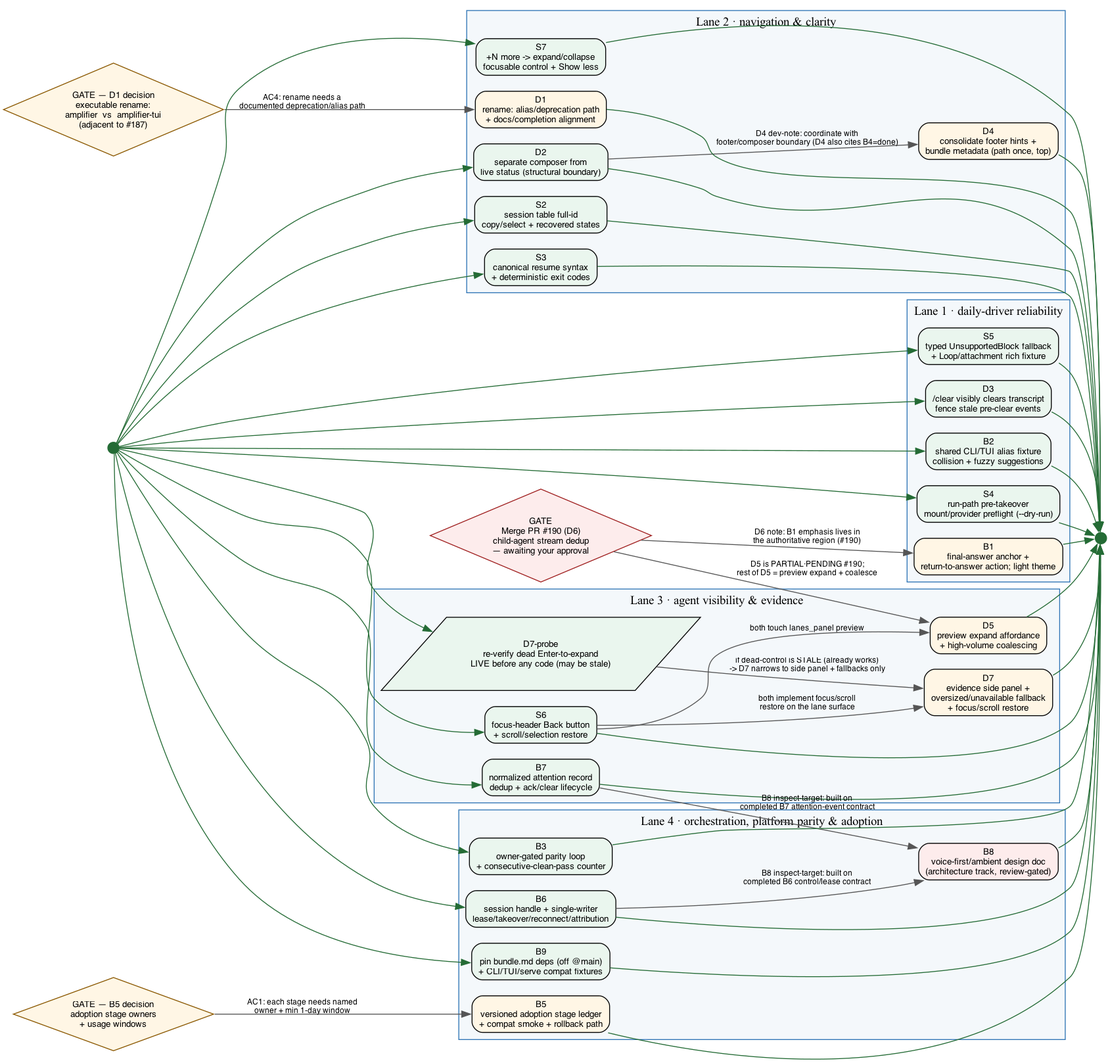
Above: pipelines/compliance-2026-08-02.png in michaeljabbour/amplifier-app-newtui (Graphviz), before the change. Its source is kept beside it as pipelines/compliance-2026-08-02.dot. Source of this version:
```dot

digraph compliance_2026_08_02 {
  rankdir=LR;
  compound=true;
  node [fontname="Helvetica", fontsize=10];
  edge [fontname="Helvetica", fontsize=9, color="#555555"];

  gate_190 [shape=diamond, style=filled, fillcolor="#FDECEC", color="#9F1F1F",
    label="GATE\nMerge PR #190 (D6)\nchild-agent stream dedup\n— awaiting your approval"];
  gate_D1  [shape=diamond, style=filled, fillcolor="#FFF6E5", color="#8A5700",
    label="GATE — D1 decision\nexecutable rename:\namplifier  vs  amplifier-tui\n(adjacent to #187)"];
  gate_B5  [shape=diamond, style=filled, fillcolor="#FFF6E5", color="#8A5700",
    label="GATE — B5 decision\nadoption stage owners\n+ usage windows"];

  start [shape=point, width=0.18, color="#246B35"];
  done  [shape=point, width=0.18, color="#246B35"];

  subgraph cluster_l1 {
    label="Lane 1 · daily-driver reliability";
    style=filled; fillcolor="#F4F8FB"; color="#2E74B5";
    B2  [shape=box, style="rounded,filled", fillcolor="#EAF6EE", label="B2\nshared CLI/TUI alias fixture\ncollision + fuzzy suggestions"];
    S4  [shape=box, style="rounded,filled", fillcolor="#EAF6EE", label="S4\nrun-path pre-takeover\nmount/provider preflight (--dry-run)"];
    S5  [shape=box, style="rounded,filled", fillcolor="#EAF6EE", label="S5\ntyped UnsupportedBlock fallback\n+ Loop/attachment rich fixture"];
    D3  [shape=box, style="rounded,filled", fillcolor="#EAF6EE", label="D3\n/clear visibly clears transcript\nfence stale pre-clear events"];
    B1  [shape=box, style="rounded,filled", fillcolor="#FFF6E5", label="B1\nfinal-answer anchor +\nreturn-to-answer action; light theme"];
  }

  subgraph cluster_l2 {
    label="Lane 2 · navigation & clarity";
    style=filled; fillcolor="#F4F8FB"; color="#2E74B5";
    S2  [shape=box, style="rounded,filled", fillcolor="#EAF6EE", label="S2\nsession table full-id\ncopy/select + recovered states"];
    S3  [shape=box, style="rounded,filled", fillcolor="#EAF6EE", label="S3\ncanonical resume syntax\n+ deterministic exit codes"];
    S7  [shape=box, style="rounded,filled", fillcolor="#EAF6EE", label="S7\n+N more -> expand/collapse\nfocusable control + Show less"];
    D2  [shape=box, style="rounded,filled", fillcolor="#EAF6EE", label="D2\nseparate composer from\nlive status (structural boundary)"];
    D4  [shape=box, style="rounded,filled", fillcolor="#FFF6E5", label="D4\nconsolidate footer hints +\nbundle metadata (path once, top)"];
    D1  [shape=box, style="rounded,filled", fillcolor="#FFF6E5", label="D1\nrename: alias/deprecation path\n+ docs/completion alignment"];
  }

  subgraph cluster_l3 {
    label="Lane 3 · agent visibility & evidence";
    style=filled; fillcolor="#F4F8FB"; color="#2E74B5";
    B7    [shape=box, style="rounded,filled", fillcolor="#EAF6EE", label="B7\nnormalized attention record\ndedup + ack/clear lifecycle"];
    S6    [shape=box, style="rounded,filled", fillcolor="#EAF6EE", label="S6\nfocus-header Back button\n+ scroll/selection restore"];
    D7probe [shape=parallelogram, style=filled, fillcolor="#EAF6EE", label="D7-probe\nre-verify dead Enter-to-expand\nLIVE before any code (may be stale)"];
    D7    [shape=box, style="rounded,filled", fillcolor="#FFF6E5", label="D7\nevidence side panel +\noversized/unavailable fallback\n+ focus/scroll restore"];
    D5    [shape=box, style="rounded,filled", fillcolor="#FFF6E5", label="D5\npreview expand affordance\n+ high-volume coalescing"];
  }

  subgraph cluster_l4 {
    label="Lane 4 · orchestration, platform parity & adoption";
    style=filled; fillcolor="#F4F8FB"; color="#2E74B5";
    B3  [shape=box, style="rounded,filled", fillcolor="#EAF6EE", label="B3\nowner-gated parity loop\n+ consecutive-clean-pass counter"];
    B6  [shape=box, style="rounded,filled", fillcolor="#EAF6EE", label="B6\nsession handle + single-writer\nlease/takeover/reconnect/attribution"];
    B9  [shape=box, style="rounded,filled", fillcolor="#EAF6EE", label="B9\npin bundle.md deps (off @main)\n+ CLI/TUI/serve compat fixtures"];
    B5  [shape=box, style="rounded,filled", fillcolor="#FFF6E5", label="B5\nversioned adoption stage ledger\n+ compat smoke + rollback path"];
    B8  [shape=box, style="rounded,filled", fillcolor="#FDECEC", label="B8\nvoice-first/ambient design doc\n(architecture track, review-gated)"];
  }

  start -> {B2 S4 S5 D3 S2 S3 S7 D2 B7 S6 D7probe B3 B6 B9} [color="#246B35"];

  gate_190 -> B1 [label="D6 note: B1 emphasis lives in\nthe authoritative region (#190)"];
  gate_190 -> D5 [label="D5 is PARTIAL·PENDING #190;\nrest of D5 = preview expand + coalesce"];

  gate_D1 -> D1 [label="AC4: rename needs a\ndocumented deprecation/alias path"];

  gate_B5 -> B5 [label="AC1: each stage needs named\nowner + min 1-day window"];

  D2 -> D4 [label="D4 dev-note: coordinate with\nfooter/composer boundary (D4 also cites B4=done)"];

  S6 -> D7 [label="both implement focus/scroll\nrestore on the lane surface"];
  S6 -> D5 [label="both touch lanes_panel preview"];

  D7probe -> D7 [label="if dead-control is STALE (already works)\n-> D7 narrows to side panel + fallbacks only"];

  B6 -> B8 [label="B8 inspect-target: built on\ncompleted B6 control/lease contract"];
  B7 -> B8 [label="B8 inspect-target: built on\ncompleted B7 attention-event contract"];

  {B2 S4 S5 D3 B1 S2 S3 S7 D2 D4 D1 B7 S6 D7 D5 B3 B6 B9 B5 B8} -> done [color="#246B35"];
}
```
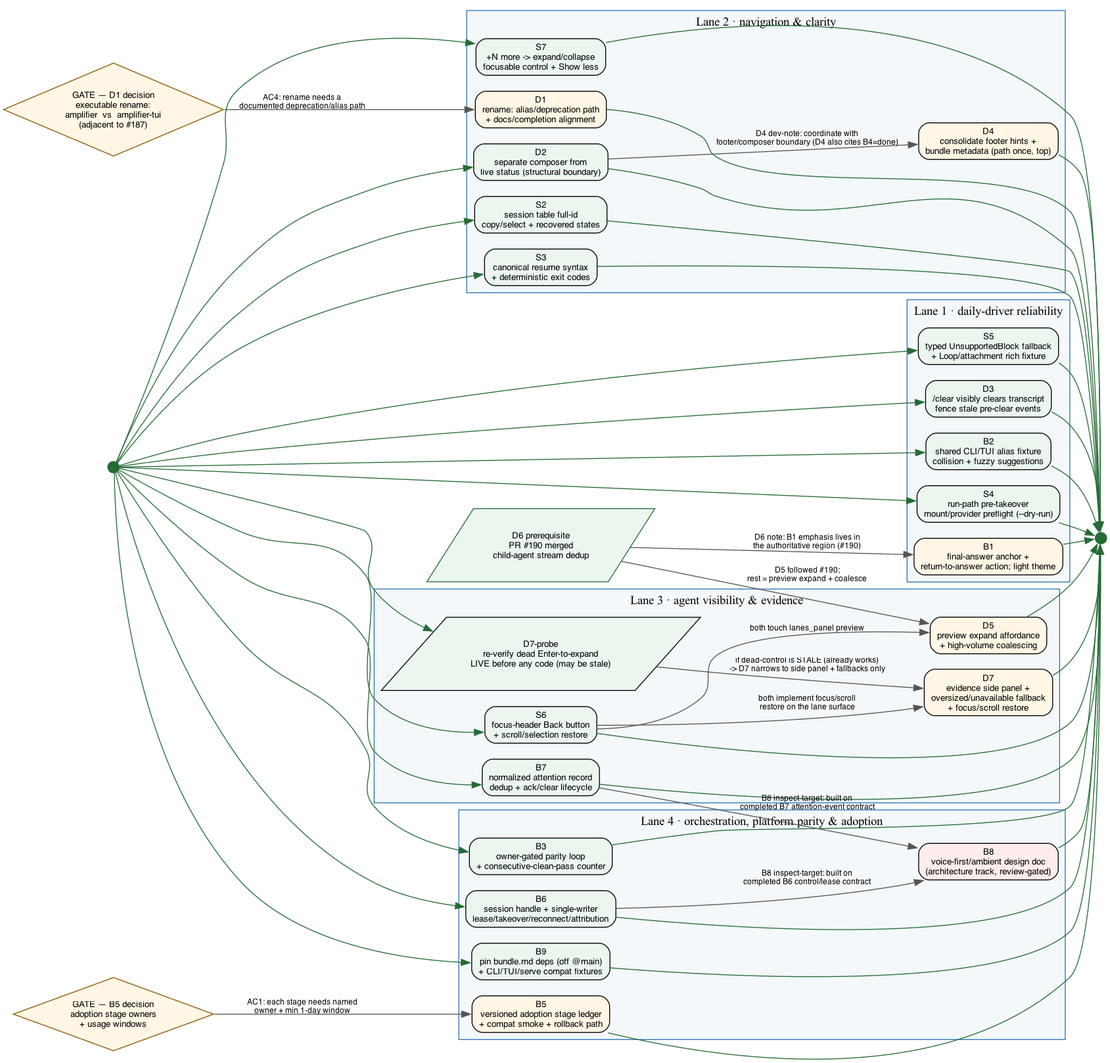
After the change.

What changed in the source:
```diff
@@ -5,8 +5,8 @@
   node [fontname="Helvetica", fontsize=10];
   edge [fontname="Helvetica", fontsize=9, color="#555555"];
 
-  gate_190 [shape=diamond, style=filled, fillcolor="#FDECEC", color="#9F1F1F",
-    label="GATE\nMerge PR #190 (D6)\nchild-agent stream dedup\n— awaiting your approval"];
+  gate_190 [shape=parallelogram, style=filled, fillcolor="#EAF6EE", color="#246B35",
+    label="D6 prerequisite\nPR #190 merged\nchild-agent stream dedup"];
   gate_D1  [shape=diamond, style=filled, fillcolor="#FFF6E5", color="#8A5700",
     label="GATE — D1 decision\nexecutable rename:\namplifier  vs  amplifier-tui\n(adjacent to #187)"];
   gate_B5  [shape=diamond, style=filled, fillcolor="#FFF6E5", color="#8A5700",
@@ -59,7 +59,7 @@
   start -> {B2 S4 S5 D3 S2 S3 S7 D2 B7 S6 D7probe B3 B6 B9} [color="#246B35"];
 
   gate_190 -> B1 [label="D6 note: B1 emphasis lives in\nthe authoritative region (#190)"];
-  gate_190 -> D5 [label="D5 is PARTIAL·PENDING #190;\nrest of D5 = preview expand + coalesce"];
+  gate_190 -> D5 [label="D5 followed #190;\nrest = preview expand + coalesce"];
 
   gate_D1 -> D1 [label="AC4: rename needs a\ndocumented deprecation/alias path"];
 
```
